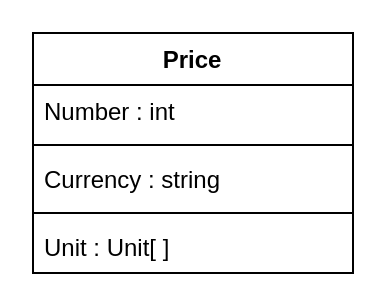
The draw.io diagram Assets/UML_Diagrams/Price.drawio in ProgramacionII-Equipo3/Proyecto, before the edit. Source tidied: cells renumbered, new cells numbered last; positions are measured from the earlier drawing's top-left corner, leaving out a move shared by most shapes. Both pictures are drawn from the tidied source at 200%, with x=0, y=0 at pixel (32, 32).
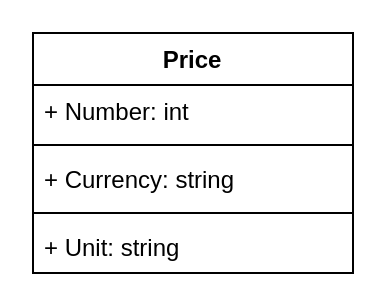
Above is the later version.

The edit, as a diff of the source:
```diff
@@
 <mxGraphModel>
   <root>
     <mxCell id="0" />
     <mxCell id="1" parent="0" />
     <mxCell id="2" value="Price" style="swimlane;fontStyle=1;align=center;verticalAlign=top;horizontal=1;startSize=26;" parent="1" vertex="1">
       <mxGeometry width="160" height="120" as="geometry" />
     </mxCell>
-    <mxCell id="3" value="Number : int" style="text;strokeColor=none;fillColor=none;align=left;verticalAlign=top;spacingLeft=4;spacingRight=4;overflow=hidden;" parent="2" vertex="1">
+    <mxCell id="3" value="+ Number: int" style="text;strokeColor=none;fillColor=none;align=left;verticalAlign=top;spacingLeft=4;spacingRight=4;overflow=hidden;" parent="2" vertex="1">
       <mxGeometry y="26" width="160" height="26" as="geometry" />
     </mxCell>
     <mxCell id="4" style="line;strokeWidth=1;fillColor=none;align=left;verticalAlign=middle;spacingTop=-1;spacingLeft=3;spacingRight=3;labelPosition=right;" parent="2" vertex="1">
       <mxGeometry y="52" width="160" height="8" as="geometry" />
     </mxCell>
-    <mxCell id="5" value="Currency : string" style="text;strokeColor=none;fillColor=none;align=left;verticalAlign=top;spacingLeft=4;spacingRight=4;overflow=hidden;" parent="2" vertex="1">
+    <mxCell id="5" value="+ Currency: string" style="text;strokeColor=none;fillColor=none;align=left;verticalAlign=top;spacingLeft=4;spacingRight=4;overflow=hidden;" parent="2" vertex="1">
       <mxGeometry y="60" width="160" height="26" as="geometry" />
     </mxCell>
     <mxCell id="6" style="line;strokeWidth=1;fillColor=none;align=left;verticalAlign=middle;spacingTop=-1;spacingLeft=3;spacingRight=3;labelPosition=right;" parent="2" vertex="1">
       <mxGeometry y="86" width="160" height="8" as="geometry" />
     </mxCell>
-    <mxCell id="7" value="Unit : Unit[ ]" style="text;strokeColor=none;fillColor=none;align=left;verticalAlign=top;spacingLeft=4;spacingRight=4;overflow=hidden;" parent="2" vertex="1">
+    <mxCell id="7" value="+ Unit: string" style="text;strokeColor=none;fillColor=none;align=left;verticalAlign=top;spacingLeft=4;spacingRight=4;overflow=hidden;" parent="2" vertex="1">
       <mxGeometry y="94" width="160" height="26" as="geometry" />
     </mxCell>
   </root>
 </mxGraphModel>
```
